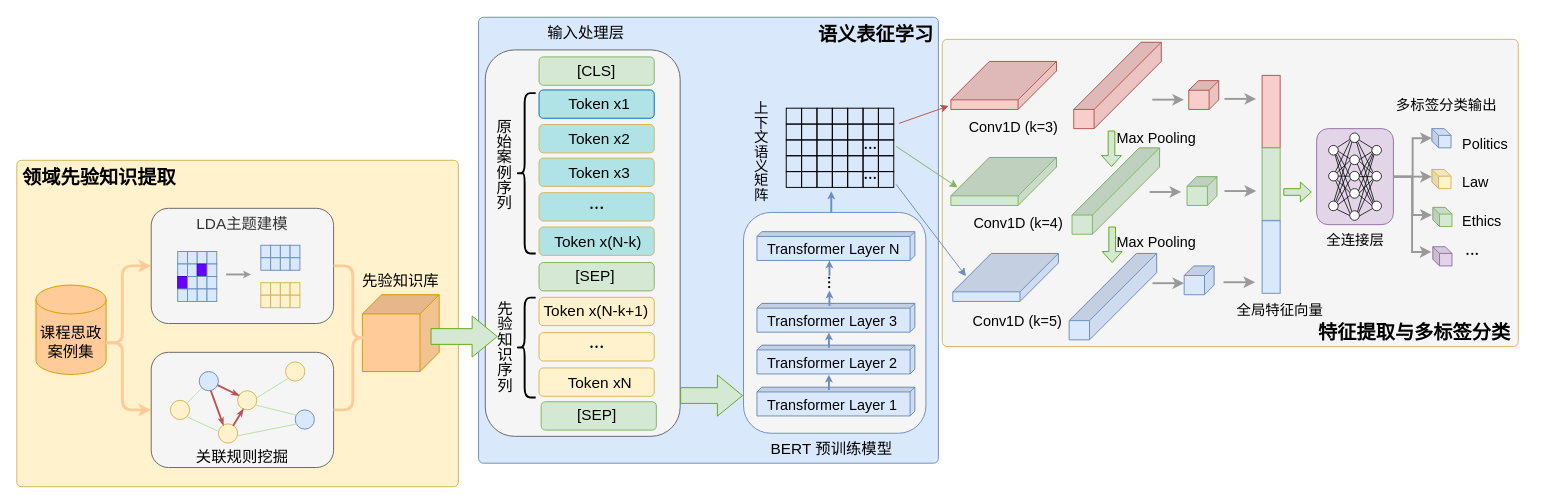
The draw.io diagram 1.20小论文（思政元素）模型架构图.drawio in handsome-tony/picture, before the edit. Source tidied: cells renumbered, new cells numbered last; positions are measured from the earlier drawing's top-left corner, leaving out a move shared by most shapes. Both pictures are drawn from the tidied source at 96%, with x=0, y=0 at pixel (16, 15).
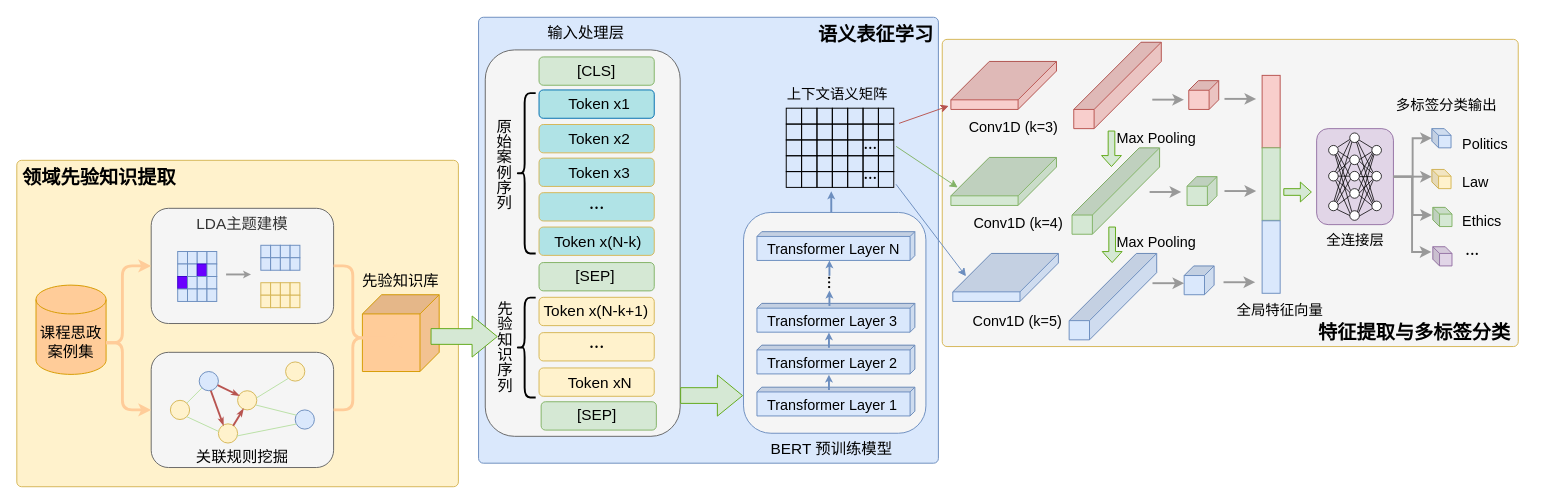
After the change.

Commit message (it also covers changes not shown here):
更新1.20小论文（思政元素）模型架构图.drawio

Diff of the diagram source:
```diff
@@
-    <mxCell id="195" value="&lt;span style=&quot;font-size: 15px;&quot;&gt;上下文语义矩阵&lt;/span&gt;" style="text;html=1;strokeColor=none;fillColor=none;align=center;verticalAlign=middle;whiteSpace=wrap;rounded=0;textDirection=vertical-rl;" parent="1" vertex="1">
-      <mxGeometry x="756.5" y="80.5" width="35.3" height="121" as="geometry" />
+    <mxCell id="195" value="&lt;span style=&quot;font-size: 15px;&quot;&gt;上下文语义矩阵&lt;/span&gt;" style="text;html=1;strokeColor=none;fillColor=none;align=center;verticalAlign=middle;whiteSpace=wrap;rounded=0;" parent="1" vertex="1">
+      <mxGeometry x="768.3" y="67.8" width="173.5" height="25.5" as="geometry" />
     </mxCell>
```
